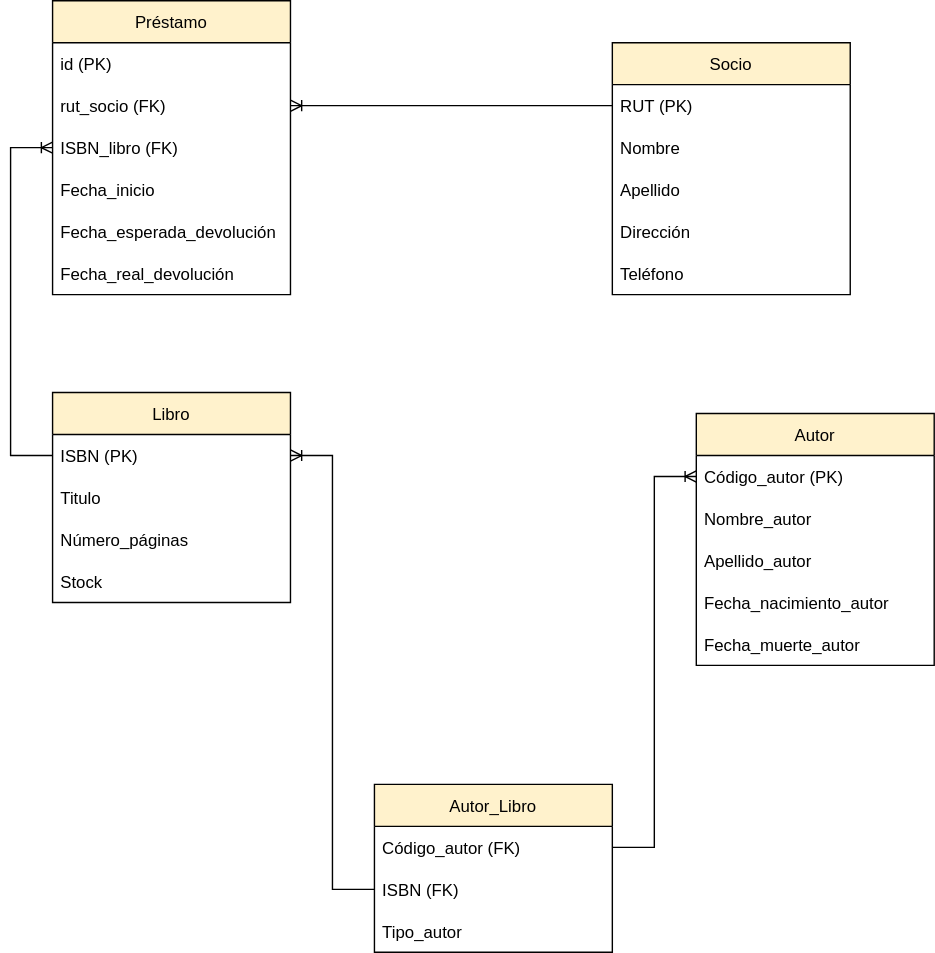
Above: Biblioteca1-2-2.drawio.svg in KarQuis/M5---Prueba (draw.io), before the change. Source tidied: cells renumbered, new cells last; positions are measured from the earlier drawing's top-left corner, leaving out a move shared by most shapes.
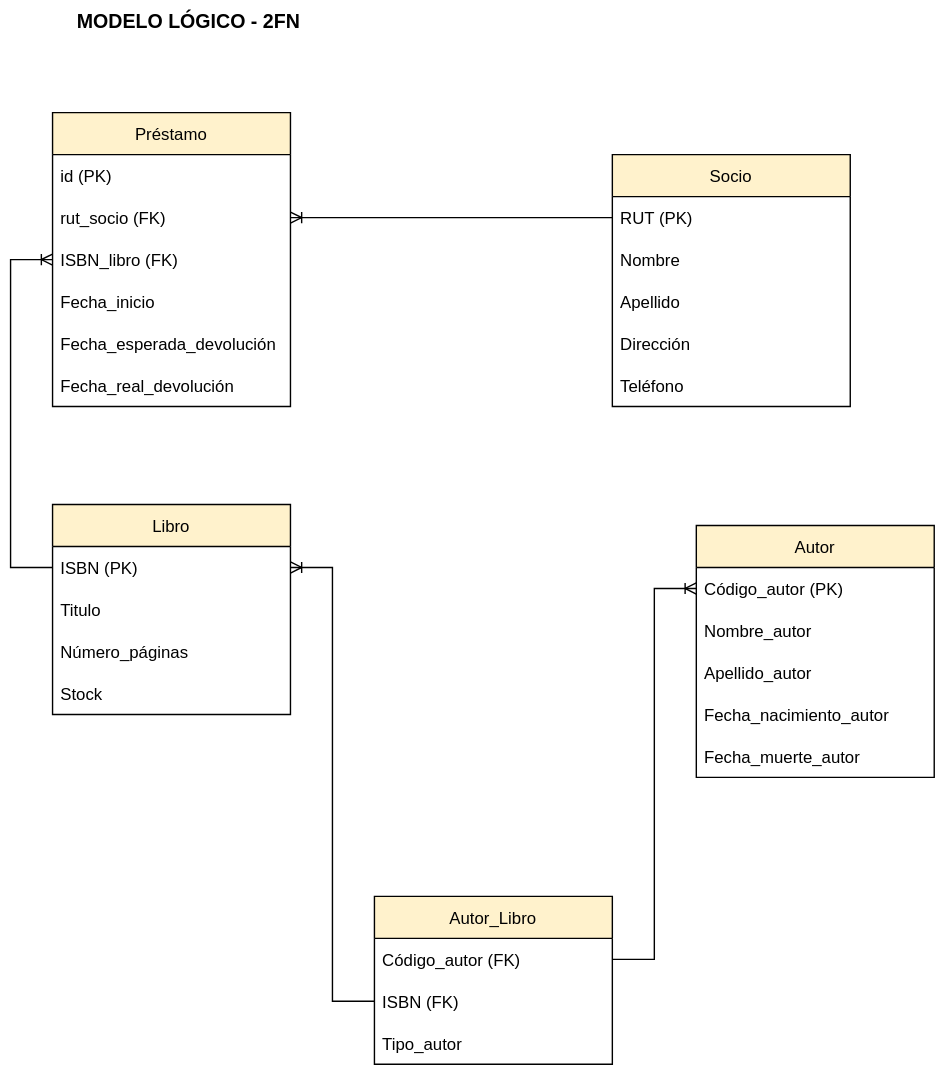
After the commit.

Commit message:
Modelo Lógico - 2FN

What changed in the source:
```diff
@@ -103,5 +103,8 @@
     <mxCell id="33" style="edgeStyle=entityRelationEdgeStyle;fontSize=12;html=1;endArrow=ERoneToMany;rounded=0;exitX=0;exitY=0.5;exitDx=0;exitDy=0;entryX=1;entryY=0.5;entryDx=0;entryDy=0;" parent="1" edge="1" source="30" target="16">
       <mxGeometry relative="1" as="geometry" />
     </mxCell>
+    <mxCell id="34" value="&lt;b&gt;&lt;font style=&quot;font-size: 14px&quot;&gt;MODELO LÓGICO - 2FN&lt;/font&gt;&lt;/b&gt;" style="text;html=1;strokeColor=none;fillColor=none;align=center;verticalAlign=middle;whiteSpace=wrap;rounded=0;" parent="1" vertex="1">
+      <mxGeometry x="30" y="-80" width="195" height="30" as="geometry" />
+    </mxCell>
   </root>
 </mxGraphModel>
```
